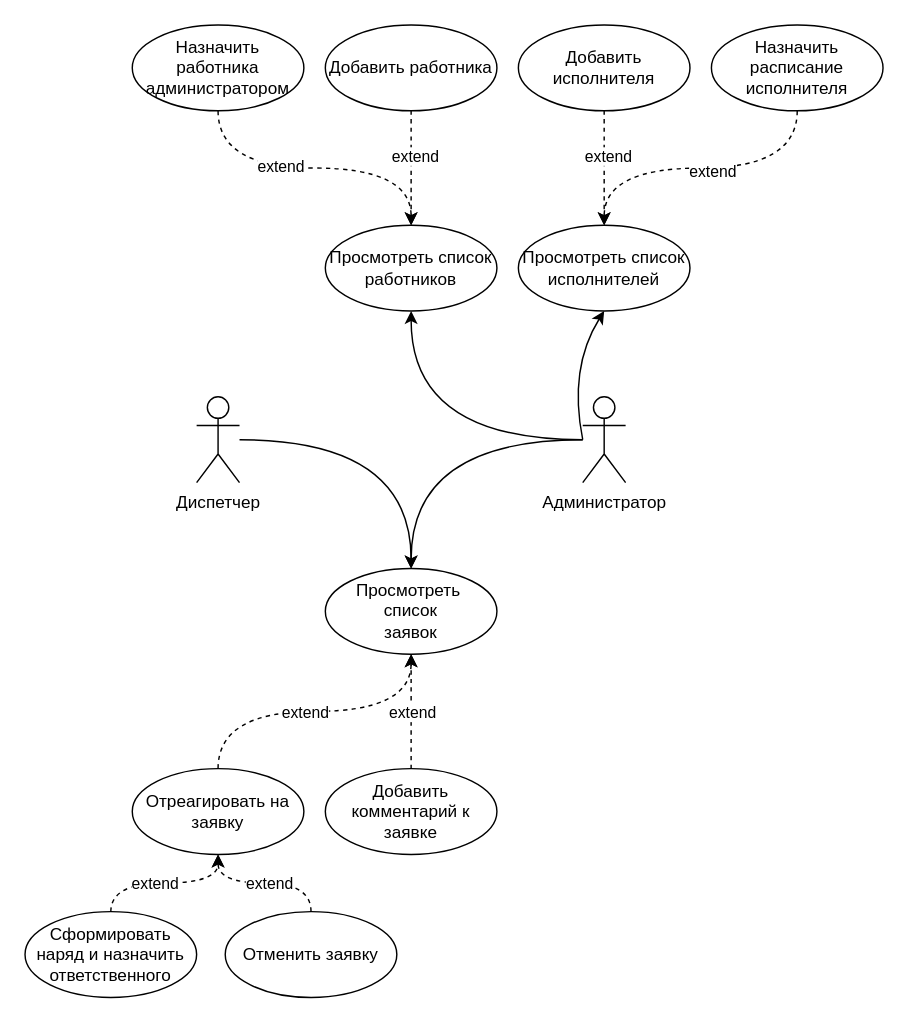
The draw.io diagram usecase.drawio in iamquoz/essen, before the edit. Source tidied: cells renumbered, new cells numbered last; positions are measured from the earlier drawing's top-left corner, leaving out a move shared by most shapes. Both pictures are drawn from the tidied source at 143%, with x=0, y=0 at pixel (24, 24).
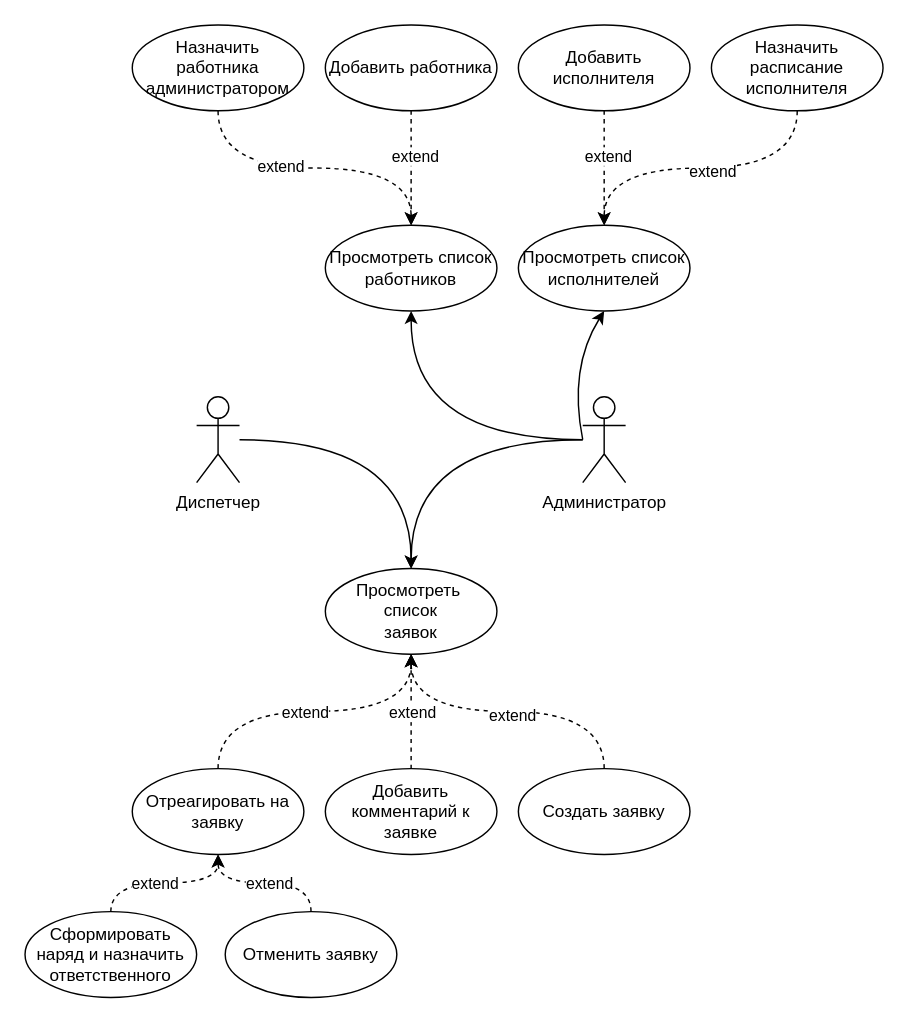
The same diagram, later.

The change refers to these unchanged cells:
```xml
<mxCell id="6" value="Просмотреть&amp;nbsp;&lt;br&gt;список&lt;br&gt;заявок" style="ellipse;whiteSpace=wrap;html=1;verticalAlign=middle;" parent="1" vertex="1">
  <mxGeometry x="210" y="380" width="120" height="60" as="geometry" />
</mxCell>
```

What changed in the source:
```diff
@@
+    <mxCell id="35" value="Создать заявку" style="ellipse;whiteSpace=wrap;html=1;verticalAlign=middle;" parent="1" vertex="1">
+      <mxGeometry x="345" y="520" width="120" height="60" as="geometry" />
+    </mxCell>
+    <mxCell id="36" style="edgeStyle=orthogonalEdgeStyle;curved=1;jettySize=auto;html=1;dashed=1;entryX=0.5;entryY=1;entryDx=0;entryDy=0;" parent="1" edge="1" target="6">
+      <mxGeometry relative="1" as="geometry">
+        <mxPoint x="405" y="520" as="sourcePoint" />
+        <Array as="points">
+          <mxPoint x="405" y="480" />
+          <mxPoint x="270" y="480" />
+        </Array>
+      </mxGeometry>
+    </mxCell>
+    <mxCell id="37" value="extend" style="edgeLabel;html=1;align=center;verticalAlign=middle;" parent="36" vertex="1">
+      <mxGeometry x="0.2" y="1" relative="1" as="geometry">
+        <mxPoint x="24" y="1" as="offset" />
+      </mxGeometry>
+    </mxCell>
```
